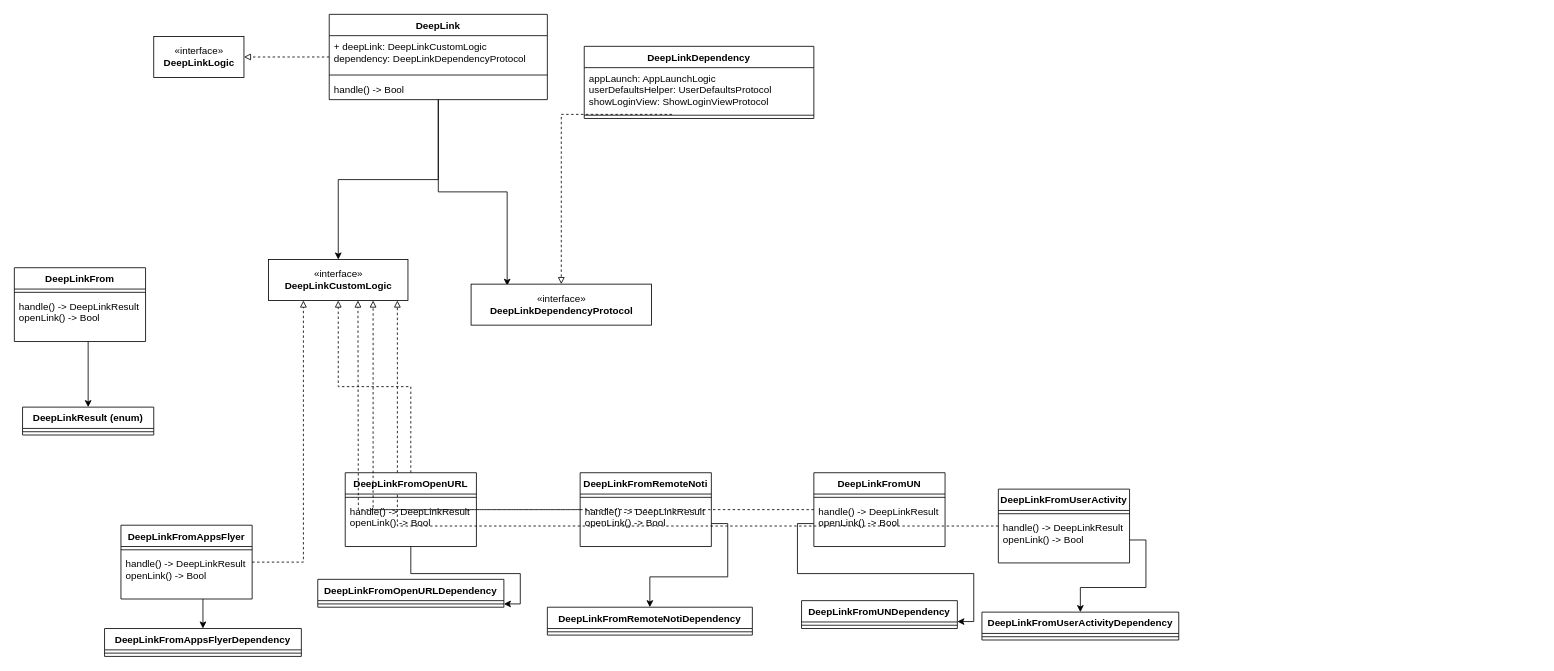
The draw.io diagram page "Page-1" (1 of 2) of refactoringDeeplinking.drawio in gookhee/diagrams, before the edit. Source tidied: cells renumbered, new cells numbered last; positions are measured from the earlier drawing's top-left corner, leaving out a move shared by most shapes. Both pictures are drawn from the tidied source at 82%, with x=0, y=0 at pixel (14, 14).
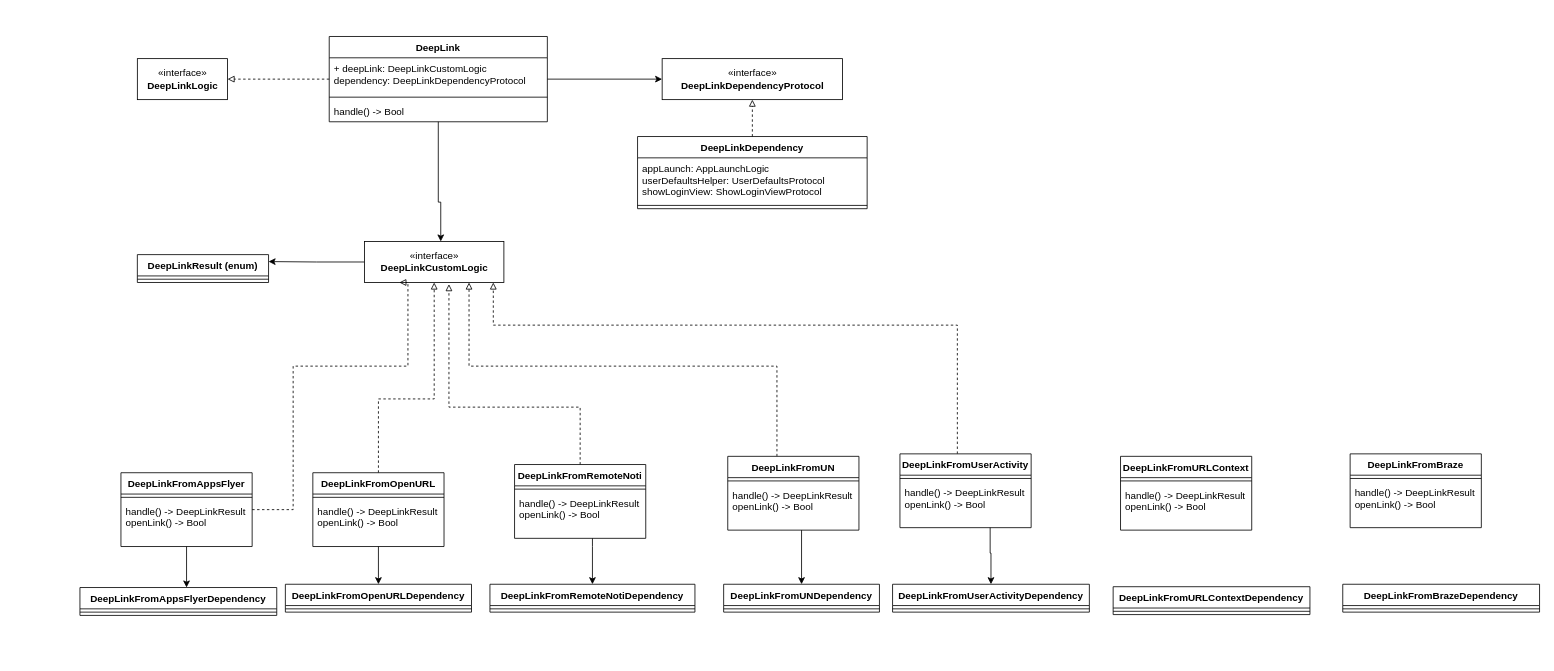
After the change.

The change refers to these unchanged cells:
```xml
<mxCell id="19" style="line;strokeWidth=1;fillColor=none;align=left;verticalAlign=middle;spacingTop=-1;spacingLeft=3;spacingRight=3;labelPosition=right;points=[];portConstraint=eastwest;" parent="17" vertex="1">
  <mxGeometry y="80" width="280" height="8" as="geometry" />
</mxCell>
<mxCell id="29" value="handle() -&gt; DeepLinkResult&#10;openLink() -&gt; Bool" style="text;strokeColor=none;fillColor=none;align=left;verticalAlign=top;spacingLeft=4;spacingRight=4;overflow=hidden;points=[[0,0.5],[1,0.5]];portConstraint=eastwest;" parent="27" vertex="1">
  <mxGeometry y="34" width="160" height="56" as="geometry" />
</mxCell>
<mxCell id="38" value="handle() -&gt; DeepLinkResult&#10;openLink() -&gt; Bool" style="text;strokeColor=none;fillColor=none;align=left;verticalAlign=top;spacingLeft=4;spacingRight=4;overflow=hidden;points=[[0,0.5],[1,0.5]];portConstraint=eastwest;" parent="36" vertex="1">
  <mxGeometry y="34" width="160" height="56" as="geometry" />
</mxCell>
<mxCell id="42" value="handle() -&gt; DeepLinkResult&#10;openLink() -&gt; Bool" style="text;strokeColor=none;fillColor=none;align=left;verticalAlign=top;spacingLeft=4;spacingRight=4;overflow=hidden;points=[[0,0.5],[1,0.5]];portConstraint=eastwest;" parent="40" vertex="1">
  <mxGeometry y="34" width="160" height="56" as="geometry" />
</mxCell>
<mxCell id="52" style="line;strokeWidth=1;fillColor=none;align=left;verticalAlign=middle;spacingTop=-1;spacingLeft=3;spacingRight=3;labelPosition=right;points=[];portConstraint=eastwest;" parent="51" vertex="1">
  <mxGeometry y="26" width="227" height="8" as="geometry" />
</mxCell>
```

The edit, as a diff of the source:
```diff
@@
     <mxCell id="3" style="edgeStyle=orthogonalEdgeStyle;rounded=0;jettySize=auto;html=1;endArrow=classic;endFill=1;" parent="1" edge="1" source="5" target="13">
-      <mxGeometry relative="1" as="geometry" />
+      <mxGeometry relative="1" as="geometry">
+        <Array as="points">
+          <mxPoint x="517" y="229" />
+          <mxPoint x="520" y="229" />
+        </Array>
+      </mxGeometry>
     </mxCell>
-    <mxCell id="4" style="edgeStyle=orthogonalEdgeStyle;rounded=0;jettySize=auto;html=1;entryX=0.2;entryY=0.04;entryDx=0;entryDy=0;entryPerimeter=0;endArrow=classic;endFill=1;" parent="1" edge="1" source="5" target="20">
+    <mxCell id="4" style="edgeStyle=orthogonalEdgeStyle;rounded=0;jettySize=auto;html=1;endArrow=classic;endFill=1;entryX=0;entryY=0.5;entryDx=0;entryDy=0;" parent="1" edge="1" source="5" target="20">
       <mxGeometry relative="1" as="geometry" />
     </mxCell>
     <mxCell id="5" value="DeepLink" style="swimlane;fontStyle=1;align=center;verticalAlign=top;horizontal=1;startSize=26;" parent="1" vertex="1">
-      <mxGeometry x="384" width="266" height="104" as="geometry" />
+      <mxGeometry x="384" y="27" width="266" height="104" as="geometry" />
     </mxCell>
@@
     <mxCell id="9" value="«interface»&lt;br&gt;&lt;b&gt;DeepLinkLogic&lt;/b&gt;" style="html=1;" parent="1" vertex="1">
-      <mxGeometry x="170" y="27" width="110" height="50" as="geometry" />
+      <mxGeometry x="150" y="54" width="110" height="50" as="geometry" />
     </mxCell>
-    <mxCell id="10" value="DeepLinkFrom" style="swimlane;fontStyle=1;align=center;verticalAlign=top;horizontal=1;startSize=26;" parent="1" vertex="1">
-      <mxGeometry y="309" width="160" height="90" as="geometry" />
-    </mxCell>
-    <mxCell id="11" style="line;strokeWidth=1;fillColor=none;align=left;verticalAlign=middle;spacingTop=-1;spacingLeft=3;spacingRight=3;labelPosition=right;" parent="10" vertex="1">
-      <mxGeometry y="26" width="160" height="8" as="geometry" />
-    </mxCell>
-    <mxCell id="12" value="handle() -&gt; DeepLinkResult&#10;openLink() -&gt; Bool" style="text;strokeColor=none;fillColor=none;align=left;verticalAlign=top;spacingLeft=4;spacingRight=4;overflow=hidden;points=[[0,0.5],[1,0.5]];portConstraint=eastwest;" parent="10" vertex="1">
-      <mxGeometry y="34" width="160" height="56" as="geometry" />
-    </mxCell>
+    <mxCell id="57" style="edgeStyle=orthogonalEdgeStyle;rounded=0;jettySize=auto;html=1;entryX=1;entryY=0.25;entryDx=0;entryDy=0;" parent="1" edge="1" source="13" target="14">
+      <mxGeometry relative="1" as="geometry" />
+    </mxCell>
     <mxCell id="13" value="«interface»&lt;br&gt;&lt;b&gt;DeepLinkCustomLogic&lt;/b&gt;" style="html=1;" parent="1" vertex="1">
-      <mxGeometry x="310" y="299" width="170" height="50" as="geometry" />
+      <mxGeometry x="427" y="277" width="170" height="50" as="geometry" />
     </mxCell>
     <mxCell id="14" value="DeepLinkResult (enum)" style="swimlane;fontStyle=1;align=center;verticalAlign=top;horizontal=1;startSize=26;" parent="1" vertex="1">
-      <mxGeometry x="10" y="479" width="160" height="34" as="geometry" />
+      <mxGeometry x="150" y="293" width="160" height="34" as="geometry" />
     </mxCell>
@@
-    <mxCell id="16" style="edgeStyle=orthogonalEdgeStyle;rounded=0;jettySize=auto;html=1;endArrow=classic;endFill=1;" parent="1" edge="1" source="12" target="14">
-      <mxGeometry relative="1" as="geometry">
-        <Array as="points">
-          <mxPoint x="90" y="409" />
-          <mxPoint x="90" y="409" />
-        </Array>
-      </mxGeometry>
-    </mxCell>
     <mxCell id="17" value="DeepLinkDependency" style="swimlane;fontStyle=1;align=center;verticalAlign=top;horizontal=1;startSize=26;" parent="1" vertex="1">
-      <mxGeometry x="695" y="39" width="280" height="88" as="geometry" />
+      <mxGeometry x="760" y="149" width="280" height="88" as="geometry" />
     </mxCell>
@@
     <mxCell id="20" value="«interface»&lt;br&gt;&lt;b&gt;DeepLinkDependencyProtocol&lt;/b&gt;" style="html=1;" parent="1" vertex="1">
-      <mxGeometry x="557" y="329" width="220" height="50" as="geometry" />
+      <mxGeometry x="790" y="54" width="220" height="50" as="geometry" />
     </mxCell>
-    <mxCell id="21" style="edgeStyle=orthogonalEdgeStyle;rounded=0;jettySize=auto;html=1;endArrow=block;endFill=0;dashed=1;exitX=0.382;exitY=0.375;exitDx=0;exitDy=0;exitPerimeter=0;" parent="1" edge="1" source="19" target="20">
+    <mxCell id="21" style="edgeStyle=orthogonalEdgeStyle;rounded=0;jettySize=auto;html=1;endArrow=block;endFill=0;dashed=1;exitX=0.5;exitY=0;exitDx=0;exitDy=0;" parent="1" edge="1" source="17" target="20">
       <mxGeometry relative="1" as="geometry" />
     </mxCell>
-    <mxCell id="22" style="edgeStyle=orthogonalEdgeStyle;rounded=0;jettySize=auto;html=1;entryX=0.25;entryY=1;entryDx=0;entryDy=0;endArrow=block;endFill=0;dashed=1;" parent="1" edge="1" source="23" target="13">
-      <mxGeometry relative="1" as="geometry" />
+    <mxCell id="22" style="edgeStyle=orthogonalEdgeStyle;rounded=0;jettySize=auto;html=1;endArrow=block;endFill=0;dashed=1;entryX=0.25;entryY=1;entryDx=0;entryDy=0;" parent="1" edge="1" source="23" target="13">
+      <mxGeometry relative="1" as="geometry">
+        <Array as="points">
+          <mxPoint x="340" y="604" />
+          <mxPoint x="340" y="429" />
+          <mxPoint x="480" y="429" />
+          <mxPoint x="480" y="327" />
+        </Array>
+      </mxGeometry>
     </mxCell>
     <mxCell id="23" value="DeepLinkFromAppsFlyer" style="swimlane;fontStyle=1;align=center;verticalAlign=top;horizontal=1;startSize=26;" parent="1" vertex="1">
-      <mxGeometry x="130" y="623" width="160" height="90" as="geometry" />
+      <mxGeometry x="130" y="559" width="160" height="90" as="geometry" />
     </mxCell>
@@
     <mxCell id="26" style="edgeStyle=orthogonalEdgeStyle;rounded=0;jettySize=auto;html=1;entryX=0.924;entryY=1;entryDx=0;entryDy=0;entryPerimeter=0;dashed=1;endArrow=block;endFill=0;" parent="1" edge="1" source="27" target="13">
-      <mxGeometry relative="1" as="geometry" />
+      <mxGeometry relative="1" as="geometry">
+        <Array as="points">
+          <mxPoint x="1150" y="379" />
+          <mxPoint x="584" y="379" />
+        </Array>
+      </mxGeometry>
     </mxCell>
     <mxCell id="27" value="DeepLinkFromUserActivity" style="swimlane;fontStyle=1;align=center;verticalAlign=top;horizontal=1;startSize=26;" parent="1" vertex="1">
-      <mxGeometry x="1200" y="579" width="160" height="90" as="geometry" />
+      <mxGeometry x="1080" y="536" width="160" height="90" as="geometry" />
     </mxCell>
@@
-    <mxCell id="30" style="edgeStyle=orthogonalEdgeStyle;rounded=0;jettySize=auto;html=1;endArrow=classic;endFill=1;" parent="1" edge="1" source="32" target="52">
+    <mxCell id="30" style="edgeStyle=orthogonalEdgeStyle;rounded=0;jettySize=auto;html=1;endArrow=classic;endFill=1;entryX=0.5;entryY=0;entryDx=0;entryDy=0;" parent="1" edge="1" source="32" target="51">
       <mxGeometry relative="1" as="geometry" />
     </mxCell>
     <mxCell id="31" style="edgeStyle=orthogonalEdgeStyle;rounded=0;jettySize=auto;html=1;dashed=1;endArrow=block;endFill=0;entryX=0.5;entryY=1;entryDx=0;entryDy=0;" parent="1" edge="1" source="32" target="13">
-      <mxGeometry relative="1" as="geometry" />
+      <mxGeometry relative="1" as="geometry">
+        <Array as="points">
+          <mxPoint x="444" y="469" />
+          <mxPoint x="512" y="469" />
+        </Array>
+      </mxGeometry>
     </mxCell>
     <mxCell id="32" value="DeepLinkFromOpenURL" style="swimlane;fontStyle=1;align=center;verticalAlign=top;horizontal=1;startSize=26;" parent="1" vertex="1">
-      <mxGeometry x="403.5" y="559" width="160" height="90" as="geometry" />
+      <mxGeometry x="364" y="559" width="160" height="90" as="geometry" />
     </mxCell>
@@
     <mxCell id="35" style="edgeStyle=orthogonalEdgeStyle;rounded=0;jettySize=auto;html=1;dashed=1;endArrow=block;endFill=0;" parent="1" edge="1" source="36">
       <mxGeometry relative="1" as="geometry">
-        <mxPoint x="419" y="349" as="targetPoint" />
+        <mxPoint x="530" y="329" as="targetPoint" />
+        <Array as="points">
+          <mxPoint x="690" y="479" />
+          <mxPoint x="530" y="479" />
+        </Array>
       </mxGeometry>
     </mxCell>
     <mxCell id="36" value="DeepLinkFromRemoteNoti" style="swimlane;fontStyle=1;align=center;verticalAlign=top;horizontal=1;startSize=26;" parent="1" vertex="1">
-      <mxGeometry x="690" y="559" width="160" height="90" as="geometry" />
+      <mxGeometry x="610" y="549" width="160" height="90" as="geometry" />
     </mxCell>
@@
     <mxCell id="39" style="edgeStyle=orthogonalEdgeStyle;rounded=0;jettySize=auto;html=1;entryX=0.75;entryY=1;entryDx=0;entryDy=0;dashed=1;endArrow=block;endFill=0;" parent="1" edge="1" source="40" target="13">
-      <mxGeometry relative="1" as="geometry" />
+      <mxGeometry relative="1" as="geometry">
+        <Array as="points">
+          <mxPoint x="930" y="429" />
+          <mxPoint x="555" y="429" />
+        </Array>
+      </mxGeometry>
     </mxCell>
     <mxCell id="40" value="DeepLinkFromUN" style="swimlane;fontStyle=1;align=center;verticalAlign=top;horizontal=1;startSize=26;" parent="1" vertex="1">
-      <mxGeometry x="975" y="559" width="160" height="90" as="geometry" />
+      <mxGeometry x="870" y="539" width="160" height="90" as="geometry" />
     </mxCell>
@@
     <mxCell id="43" value="DeepLinkFromAppsFlyerDependency" style="swimlane;fontStyle=1;align=center;verticalAlign=top;horizontal=1;startSize=26;" parent="1" vertex="1">
-      <mxGeometry x="110" y="749" width="240" height="34" as="geometry" />
+      <mxGeometry x="80" y="699" width="240" height="34" as="geometry" />
     </mxCell>
@@
     <mxCell id="45" value="DeepLinkFromUserActivityDependency" style="swimlane;fontStyle=1;align=center;verticalAlign=top;horizontal=1;startSize=26;" parent="1" vertex="1">
-      <mxGeometry x="1180" y="729" width="240" height="34" as="geometry" />
+      <mxGeometry x="1071" y="695" width="240" height="34" as="geometry" />
     </mxCell>
@@
     <mxCell id="47" value="DeepLinkFromUNDependency" style="swimlane;fontStyle=1;align=center;verticalAlign=top;horizontal=1;startSize=26;" parent="1" vertex="1">
-      <mxGeometry x="960" y="715" width="190" height="34" as="geometry" />
+      <mxGeometry x="865" y="695" width="190" height="34" as="geometry" />
     </mxCell>
@@
     <mxCell id="49" value="DeepLinkFromRemoteNotiDependency" style="swimlane;fontStyle=1;align=center;verticalAlign=top;horizontal=1;startSize=26;" parent="1" vertex="1">
-      <mxGeometry x="650" y="723" width="250" height="34" as="geometry" />
+      <mxGeometry x="580" y="695" width="250" height="34" as="geometry" />
     </mxCell>
@@
     <mxCell id="51" value="DeepLinkFromOpenURLDependency" style="swimlane;fontStyle=1;align=center;verticalAlign=top;horizontal=1;startSize=26;" parent="1" vertex="1">
-      <mxGeometry x="370" y="689" width="227" height="34" as="geometry" />
+      <mxGeometry x="330.5" y="695" width="227" height="34" as="geometry" />
     </mxCell>
@@
     <mxCell id="54" style="edgeStyle=orthogonalEdgeStyle;rounded=0;jettySize=auto;html=1;endArrow=classic;endFill=1;" parent="1" edge="1" source="38" target="49">
-      <mxGeometry relative="1" as="geometry" />
+      <mxGeometry relative="1" as="geometry">
+        <Array as="points">
+          <mxPoint x="705" y="649" />
+          <mxPoint x="705" y="649" />
+        </Array>
+      </mxGeometry>
     </mxCell>
-    <mxCell id="55" style="edgeStyle=orthogonalEdgeStyle;rounded=0;jettySize=auto;html=1;entryX=1;entryY=0.75;entryDx=0;entryDy=0;endArrow=classic;endFill=1;" parent="1" edge="1" source="42" target="47">
-      <mxGeometry relative="1" as="geometry" />
+    <mxCell id="55" style="edgeStyle=orthogonalEdgeStyle;rounded=0;jettySize=auto;html=1;endArrow=classic;endFill=1;entryX=0.5;entryY=0;entryDx=0;entryDy=0;" parent="1" edge="1" source="42" target="47">
+      <mxGeometry relative="1" as="geometry">
+        <Array as="points">
+          <mxPoint x="960" y="689" />
+        </Array>
+      </mxGeometry>
     </mxCell>
     <mxCell id="56" style="edgeStyle=orthogonalEdgeStyle;rounded=0;jettySize=auto;html=1;endArrow=classic;endFill=1;" parent="1" edge="1" source="29" target="45">
-      <mxGeometry relative="1" as="geometry" />
+      <mxGeometry relative="1" as="geometry">
+        <Array as="points">
+          <mxPoint x="1190" y="657" />
+          <mxPoint x="1191" y="657" />
+        </Array>
+      </mxGeometry>
     </mxCell>
+    <mxCell id="58" value="DeepLinkFromURLContext" style="swimlane;fontStyle=1;align=center;verticalAlign=top;horizontal=1;startSize=26;" parent="1" vertex="1">
+      <mxGeometry x="1349" y="539" width="160" height="90" as="geometry" />
+    </mxCell>
+    <mxCell id="59" style="line;strokeWidth=1;fillColor=none;align=left;verticalAlign=middle;spacingTop=-1;spacingLeft=3;spacingRight=3;labelPosition=right;" parent="58" vertex="1">
+      <mxGeometry y="26" width="160" height="8" as="geometry" />
+    </mxCell>
+    <mxCell id="60" value="handle() -&gt; DeepLinkResult&#10;openLink() -&gt; Bool" style="text;strokeColor=none;fillColor=none;align=left;verticalAlign=top;spacingLeft=4;spacingRight=4;overflow=hidden;" parent="58" vertex="1">
+      <mxGeometry y="34" width="160" height="56" as="geometry" />
+    </mxCell>
+    <mxCell id="61" value="DeepLinkFromURLContextDependency" style="swimlane;fontStyle=1;align=center;verticalAlign=top;horizontal=1;startSize=26;" parent="1" vertex="1">
+      <mxGeometry x="1340" y="698" width="240" height="34" as="geometry" />
+    </mxCell>
+    <mxCell id="62" style="line;strokeWidth=1;fillColor=none;align=left;verticalAlign=middle;spacingTop=-1;spacingLeft=3;spacingRight=3;labelPosition=right;" parent="61" vertex="1">
+      <mxGeometry y="26" width="240" height="8" as="geometry" />
+    </mxCell>
+    <mxCell id="63" value="DeepLinkFromBraze" style="swimlane;fontStyle=1;align=center;verticalAlign=top;horizontal=1;startSize=26;" parent="1" vertex="1">
+      <mxGeometry x="1629" y="536" width="160" height="90" as="geometry" />
+    </mxCell>
+    <mxCell id="64" style="line;strokeWidth=1;fillColor=none;align=left;verticalAlign=middle;spacingTop=-1;spacingLeft=3;spacingRight=3;labelPosition=right;" parent="63" vertex="1">
+      <mxGeometry y="26" width="160" height="8" as="geometry" />
+    </mxCell>
+    <mxCell id="65" value="handle() -&gt; DeepLinkResult&#10;openLink() -&gt; Bool" style="text;strokeColor=none;fillColor=none;align=left;verticalAlign=top;spacingLeft=4;spacingRight=4;overflow=hidden;" parent="63" vertex="1">
+      <mxGeometry y="34" width="160" height="56" as="geometry" />
+    </mxCell>
+    <mxCell id="66" value="DeepLinkFromBrazeDependency" style="swimlane;fontStyle=1;align=center;verticalAlign=top;horizontal=1;startSize=26;" parent="1" vertex="1">
+      <mxGeometry x="1620" y="695" width="240" height="34" as="geometry" />
+    </mxCell>
+    <mxCell id="67" style="line;strokeWidth=1;fillColor=none;align=left;verticalAlign=middle;spacingTop=-1;spacingLeft=3;spacingRight=3;labelPosition=right;" parent="66" vertex="1">
+      <mxGeometry y="26" width="240" height="8" as="geometry" />
+    </mxCell>
```
